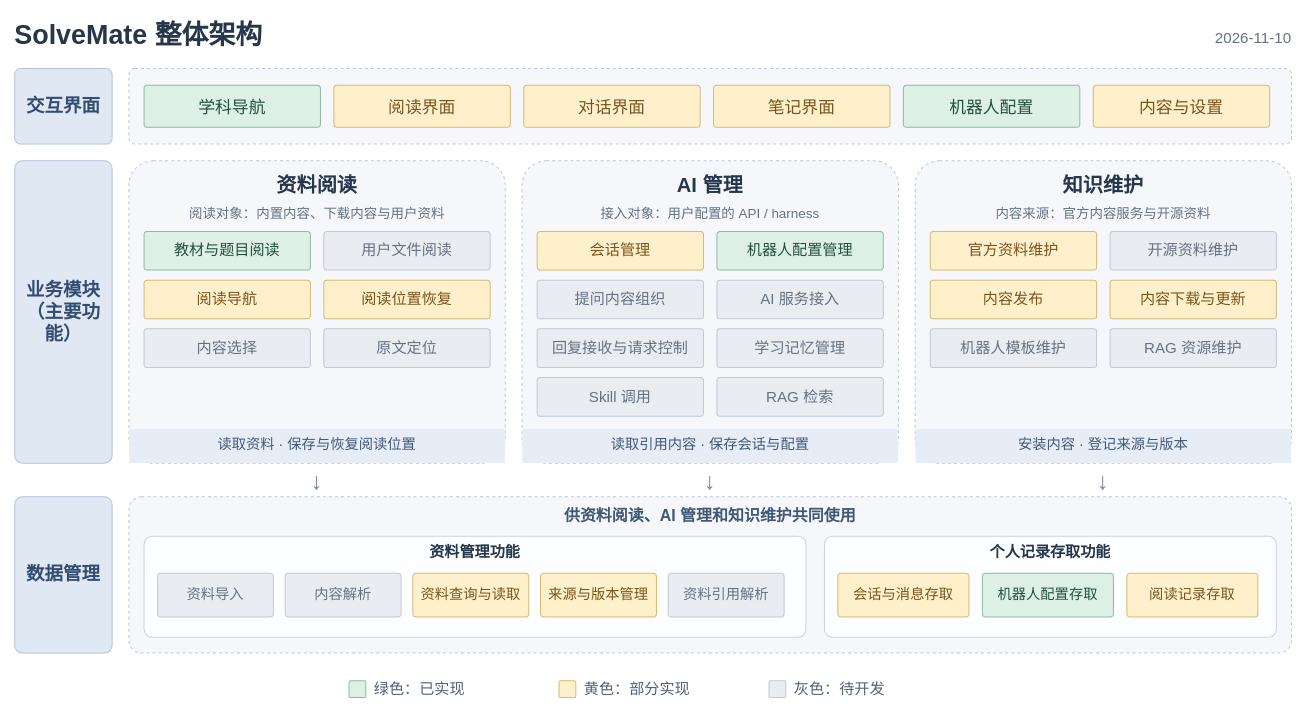
Earlier version of the draw.io diagram docs/architecture/solvemate-modules.drawio (HakuCasey/SolveMate). Source tidied: cells renumbered, new cells numbered last; positions are measured from the earlier drawing's top-left corner, leaving out a move shared by most shapes. Both pictures are drawn from the tidied source at 84%, with x=0, y=0 at pixel (14, 14).
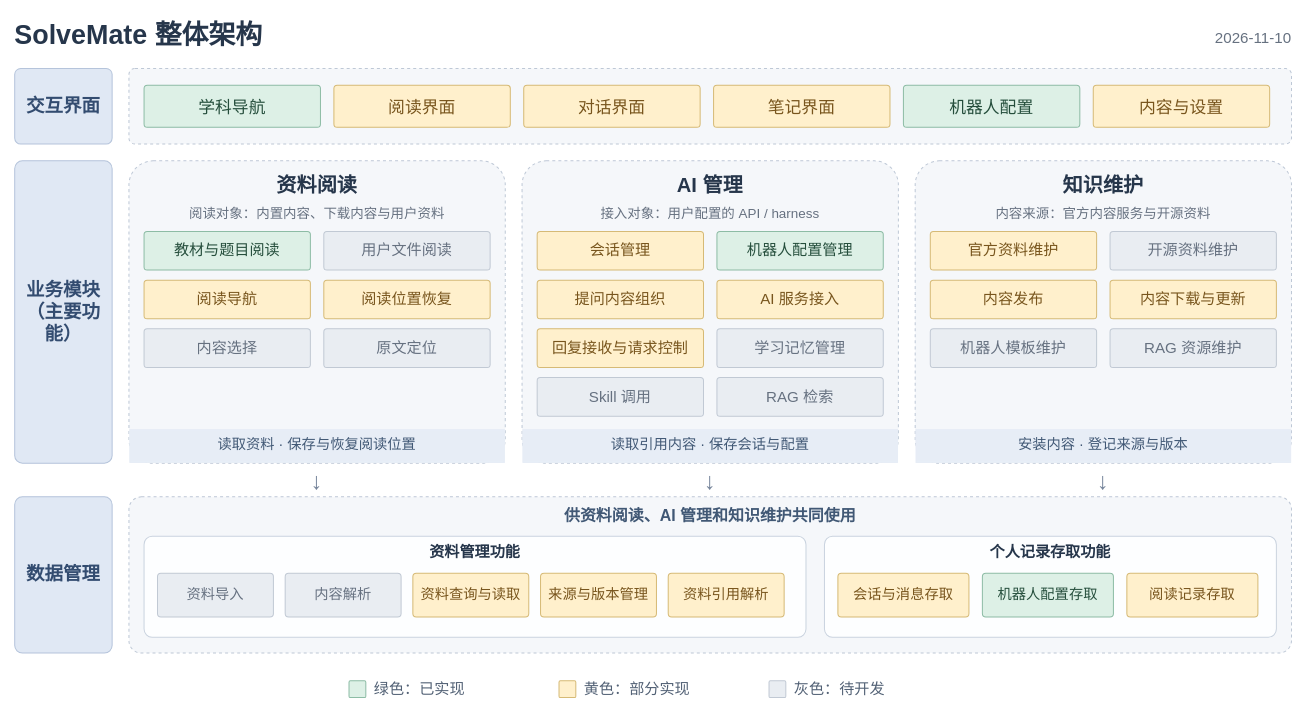
After the change.

The change refers to these unchanged cells:
```xml
<mxCell id="39" style="rounded=1;arcSize=8;whiteSpace=wrap;html=0;fillColor=#F5F7FA;strokeColor=#BEC8D6;strokeWidth=1.2;dashed=1;" parent="1" vertex="1">
  <mxGeometry x="604" y="174" width="448" height="360" as="geometry" />
</mxCell>
<mxCell id="83" style="rounded=1;arcSize=8;whiteSpace=wrap;html=0;fillColor=#FDFEFF;strokeColor=#CAD3DF;strokeWidth=1.2;dashed=0;" parent="81" vertex="1">
  <mxGeometry x="18" y="47" width="788" height="120" as="geometry" />
</mxCell>
```

The edit, as a diff of the source:
```diff
@@
-    <mxCell id="46" style="rounded=1;arcSize=8;whiteSpace=wrap;html=0;fillColor=#E9EDF2;strokeColor=#C1C9D4;strokeWidth=1.2;dashed=0;" parent="39" vertex="1">
+    <mxCell id="46" style="rounded=1;arcSize=8;whiteSpace=wrap;html=0;fillColor=#FFF0CC;strokeColor=#D6BA76;strokeWidth=1.2;dashed=0;" parent="39" vertex="1">
       <mxGeometry x="18" y="142" width="198" height="46" as="geometry" />
     </mxCell>
-    <mxCell id="47" value="提问内容组织" style="text;html=0;fillColor=none;strokeColor=none;whiteSpace=wrap;overflow=hidden;align=center;verticalAlign=middle;fontFamily=PingFang SC;fontSize=18;fontColor=#667180;fontStyle=0;spacing=0;" parent="46" vertex="1">
+    <mxCell id="47" value="提问内容组织" style="text;html=0;fillColor=none;strokeColor=none;whiteSpace=wrap;overflow=hidden;align=center;verticalAlign=middle;fontFamily=PingFang SC;fontSize=18;fontColor=#78551D;fontStyle=0;spacing=0;" parent="46" vertex="1">
       <mxGeometry x="5" y="4" width="188" height="38" as="geometry" />
     </mxCell>
-    <mxCell id="48" style="rounded=1;arcSize=8;whiteSpace=wrap;html=0;fillColor=#E9EDF2;strokeColor=#C1C9D4;strokeWidth=1.2;dashed=0;" parent="39" vertex="1">
+    <mxCell id="48" style="rounded=1;arcSize=8;whiteSpace=wrap;html=0;fillColor=#FFF0CC;strokeColor=#D6BA76;strokeWidth=1.2;dashed=0;" parent="39" vertex="1">
       <mxGeometry x="232" y="142" width="198" height="46" as="geometry" />
     </mxCell>
-    <mxCell id="49" value="AI 服务接入" style="text;html=0;fillColor=none;strokeColor=none;whiteSpace=wrap;overflow=hidden;align=center;verticalAlign=middle;fontFamily=PingFang SC;fontSize=18;fontColor=#667180;fontStyle=0;spacing=0;" parent="48" vertex="1">
+    <mxCell id="49" value="AI 服务接入" style="text;html=0;fillColor=none;strokeColor=none;whiteSpace=wrap;overflow=hidden;align=center;verticalAlign=middle;fontFamily=PingFang SC;fontSize=18;fontColor=#78551D;fontStyle=0;spacing=0;" parent="48" vertex="1">
       <mxGeometry x="5" y="4" width="188" height="38" as="geometry" />
     </mxCell>
-    <mxCell id="50" style="rounded=1;arcSize=8;whiteSpace=wrap;html=0;fillColor=#E9EDF2;strokeColor=#C1C9D4;strokeWidth=1.2;dashed=0;" parent="39" vertex="1">
+    <mxCell id="50" style="rounded=1;arcSize=8;whiteSpace=wrap;html=0;fillColor=#FFF0CC;strokeColor=#D6BA76;strokeWidth=1.2;dashed=0;" parent="39" vertex="1">
       <mxGeometry x="18" y="200" width="198" height="46" as="geometry" />
     </mxCell>
-    <mxCell id="51" value="回复接收与请求控制" style="text;html=0;fillColor=none;strokeColor=none;whiteSpace=wrap;overflow=hidden;align=center;verticalAlign=middle;fontFamily=PingFang SC;fontSize=18;fontColor=#667180;fontStyle=0;spacing=0;" parent="50" vertex="1">
+    <mxCell id="51" value="回复接收与请求控制" style="text;html=0;fillColor=none;strokeColor=none;whiteSpace=wrap;overflow=hidden;align=center;verticalAlign=middle;fontFamily=PingFang SC;fontSize=18;fontColor=#78551D;fontStyle=0;spacing=0;" parent="50" vertex="1">
       <mxGeometry x="5" y="4" width="188" height="38" as="geometry" />
     </mxCell>
@@
-    <mxCell id="93" style="rounded=1;arcSize=8;whiteSpace=wrap;html=0;fillColor=#E9EDF2;strokeColor=#C1C9D4;strokeWidth=1.2;dashed=0;" parent="83" vertex="1">
+    <mxCell id="93" style="rounded=1;arcSize=8;whiteSpace=wrap;html=0;fillColor=#FFF0CC;strokeColor=#D6BA76;strokeWidth=1.2;dashed=0;" parent="83" vertex="1">
       <mxGeometry x="624" y="44" width="138" height="52" as="geometry" />
     </mxCell>
-    <mxCell id="94" value="资料引用解析" style="text;html=0;fillColor=none;strokeColor=none;whiteSpace=wrap;overflow=hidden;align=center;verticalAlign=middle;fontFamily=PingFang SC;fontSize=17;fontColor=#667180;fontStyle=0;spacing=0;" parent="93" vertex="1">
+    <mxCell id="94" value="资料引用解析" style="text;html=0;fillColor=none;strokeColor=none;whiteSpace=wrap;overflow=hidden;align=center;verticalAlign=middle;fontFamily=PingFang SC;fontSize=17;fontColor=#78551D;fontStyle=0;spacing=0;" parent="93" vertex="1">
       <mxGeometry x="5" y="4" width="128" height="44" as="geometry" />
     </mxCell>
```
